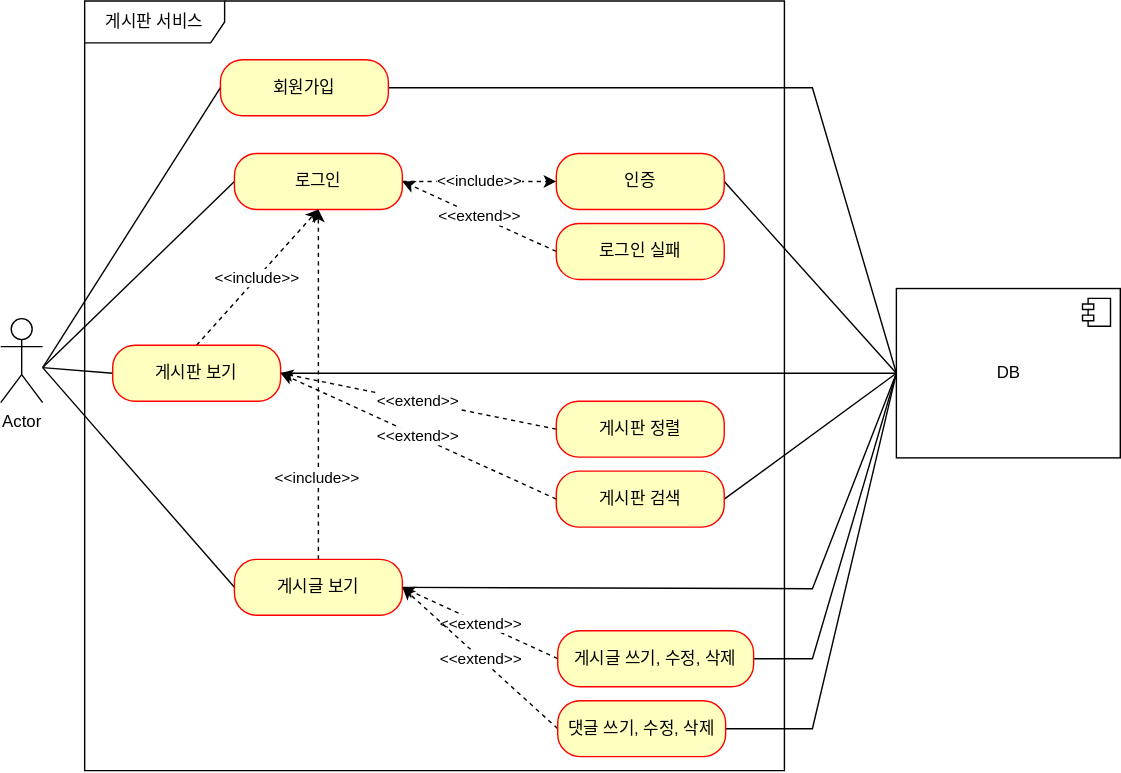
Earlier version of the draw.io export document/use-case.svg (opre0502/project-board). Source tidied: cells renumbered, new cells last; positions are measured from the earlier drawing's top-left corner, leaving out a move shared by most shapes.
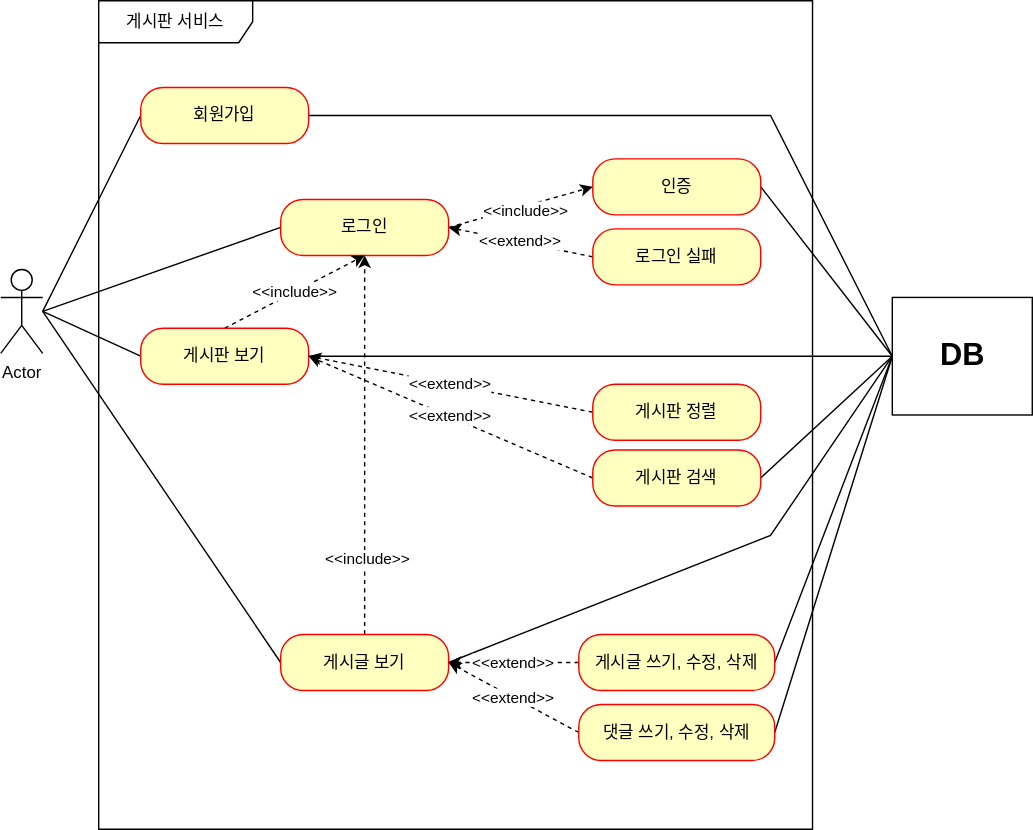
The same diagram one commit later.

What changed in the source:
```diff
@@ -3,132 +3,124 @@
     <mxCell id="0" />
     <mxCell id="1" parent="0" />
     <mxCell id="2" value="Actor" style="shape=umlActor;verticalLabelPosition=bottom;verticalAlign=top;html=1;" parent="1" vertex="1">
-      <mxGeometry y="227" width="30" height="60" as="geometry" />
+      <mxGeometry y="130" width="30" height="60" as="geometry" />
     </mxCell>
-    <mxCell id="3" value="게시판 서비스" style="shape=umlFrame;whiteSpace=wrap;html=1;width=100;height=30;" parent="1" vertex="1">
-      <mxGeometry x="60" width="500" height="550" as="geometry" />
+    <mxCell id="3" value="게시판 서비스" style="shape=umlFrame;whiteSpace=wrap;html=1;width=110;height=30;" parent="1" vertex="1">
+      <mxGeometry x="70" y="-62" width="510" height="592" as="geometry" />
     </mxCell>
-    <mxCell id="4" style="edgeStyle=none;rounded=0;jettySize=auto;html=1;exitX=0;exitY=0.5;exitDx=0;exitDy=0;endArrow=none;endFill=0;" parent="1" edge="1" source="6">
-      <mxGeometry relative="1" as="geometry">
-        <mxPoint x="30" y="262" as="targetPoint" />
-      </mxGeometry>
-    </mxCell>
+    <mxCell id="36" style="edgeStyle=none;rounded=0;jettySize=auto;html=1;exitX=0;exitY=0.5;exitDx=0;exitDy=0;endArrow=none;endFill=0;" parent="1" edge="1" source="6">
+      <mxGeometry relative="1" as="geometry">
+        <mxPoint x="30" y="160" as="targetPoint" />
+      </mxGeometry>
+    </mxCell>
-    <mxCell id="5" style="edgeStyle=none;rounded=0;jettySize=auto;html=1;exitX=1;exitY=0.5;exitDx=0;exitDy=0;entryX=0;entryY=0.5;entryDx=0;entryDy=0;fontColor=none;endArrow=none;endFill=0;" parent="1" edge="1" source="6" target="34">
+    <mxCell id="5" style="edgeStyle=none;rounded=0;jettySize=auto;html=1;exitX=1;exitY=0.5;exitDx=0;exitDy=0;entryX=0;entryY=0.5;entryDx=0;entryDy=0;endArrow=none;endFill=0;" parent="1" edge="1" source="6" target="34">
       <mxGeometry relative="1" as="geometry">
         <Array as="points">
-          <mxPoint x="580" y="62" />
+          <mxPoint x="550" y="20" />
         </Array>
       </mxGeometry>
     </mxCell>
     <mxCell id="6" value="회원가입" style="rounded=1;whiteSpace=wrap;html=1;arcSize=40;fontColor=#000000;fillColor=#ffffc0;strokeColor=#ff0000;" parent="1" vertex="1">
-      <mxGeometry x="157" y="42" width="120" height="40" as="geometry" />
+      <mxGeometry x="100" width="120" height="40" as="geometry" />
     </mxCell>
-    <mxCell id="7" style="rounded=0;jettySize=auto;html=1;exitX=0;exitY=0.5;exitDx=0;exitDy=0;endArrow=none;endFill=0;" parent="1" edge="1" source="9">
-      <mxGeometry relative="1" as="geometry">
-        <mxPoint x="30" y="262" as="targetPoint" />
-      </mxGeometry>
-    </mxCell>
+    <mxCell id="37" style="edgeStyle=none;rounded=0;jettySize=auto;html=1;exitX=0;exitY=0.5;exitDx=0;exitDy=0;endArrow=none;endFill=0;" parent="1" edge="1" source="9">
+      <mxGeometry relative="1" as="geometry">
+        <mxPoint x="30" y="160" as="targetPoint" />
+      </mxGeometry>
+    </mxCell>
-    <mxCell id="8" value="&amp;lt;&amp;lt;include&amp;gt;&amp;gt;" style="edgeStyle=none;rounded=0;jettySize=auto;html=1;exitX=1;exitY=0.5;exitDx=0;exitDy=0;endArrow=classic;endFill=1;dashed=1;entryX=0;entryY=0.5;entryDx=0;entryDy=0;" parent="1" edge="1" source="9" target="19">
+    <mxCell id="8" style="edgeStyle=none;rounded=0;jettySize=auto;html=1;exitX=1;exitY=0.5;exitDx=0;exitDy=0;entryX=0;entryY=0.5;entryDx=0;entryDy=0;endArrow=classic;endFill=1;dashed=1;" parent="1" edge="1" source="9" target="19">
       <mxGeometry relative="1" as="geometry" />
     </mxCell>
+    <mxCell id="38" value="&amp;lt;&amp;lt;include&amp;gt;&amp;gt;" style="edgeLabel;html=1;align=center;verticalAlign=middle;" parent="8" vertex="1">
+      <mxGeometry x="-0.15" y="-1" relative="1" as="geometry">
+        <mxPoint x="11" y="-1" as="offset" />
+      </mxGeometry>
+    </mxCell>
     <mxCell id="9" value="로그인" style="rounded=1;whiteSpace=wrap;html=1;arcSize=40;fontColor=#000000;fillColor=#ffffc0;strokeColor=#ff0000;" parent="1" vertex="1">
-      <mxGeometry x="167" y="109" width="120" height="40" as="geometry" />
+      <mxGeometry x="200" y="80" width="120" height="40" as="geometry" />
     </mxCell>
-    <mxCell id="10" style="edgeStyle=none;rounded=0;jettySize=auto;html=1;exitX=0;exitY=0.5;exitDx=0;exitDy=0;endArrow=none;endFill=0;" parent="1" edge="1" source="13">
-      <mxGeometry relative="1" as="geometry">
-        <mxPoint x="30" y="262" as="targetPoint" />
-      </mxGeometry>
-    </mxCell>
+    <mxCell id="39" style="edgeStyle=none;rounded=0;jettySize=auto;html=1;exitX=0;exitY=0.5;exitDx=0;exitDy=0;endArrow=none;endFill=0;" parent="1" edge="1" source="13">
+      <mxGeometry relative="1" as="geometry">
+        <mxPoint x="30" y="160" as="targetPoint" />
+      </mxGeometry>
+    </mxCell>
     <mxCell id="11" value="&amp;lt;&amp;lt;include&amp;gt;&amp;gt;" style="edgeStyle=none;rounded=0;jettySize=auto;html=1;exitX=0.5;exitY=0;exitDx=0;exitDy=0;entryX=0.5;entryY=1;entryDx=0;entryDy=0;dashed=1;endArrow=classic;endFill=1;" parent="1" edge="1" source="13" target="9">
       <mxGeometry relative="1" as="geometry" />
     </mxCell>
-    <mxCell id="12" style="edgeStyle=none;rounded=0;jettySize=auto;html=1;exitX=1;exitY=0.5;exitDx=0;exitDy=0;entryX=0;entryY=0.5;entryDx=0;entryDy=0;fontColor=none;endArrow=none;endFill=0;" parent="1" edge="1" source="13" target="34">
-      <mxGeometry relative="1" as="geometry" />
-    </mxCell>
     <mxCell id="13" value="게시판 보기" style="rounded=1;whiteSpace=wrap;html=1;arcSize=40;fontColor=#000000;fillColor=#ffffc0;strokeColor=#ff0000;" parent="1" vertex="1">
-      <mxGeometry x="80" y="246" width="120" height="40" as="geometry" />
+      <mxGeometry x="100" y="172" width="120" height="40" as="geometry" />
     </mxCell>
-    <mxCell id="14" style="edgeStyle=none;rounded=0;jettySize=auto;html=1;exitX=0;exitY=0.5;exitDx=0;exitDy=0;endArrow=none;endFill=0;" parent="1" edge="1" source="17">
-      <mxGeometry relative="1" as="geometry">
-        <mxPoint x="30" y="262" as="targetPoint" />
-      </mxGeometry>
-    </mxCell>
+    <mxCell id="40" style="edgeStyle=none;rounded=0;jettySize=auto;html=1;exitX=0;exitY=0.5;exitDx=0;exitDy=0;endArrow=none;endFill=0;" parent="1" edge="1" source="17">
+      <mxGeometry relative="1" as="geometry">
+        <mxPoint x="30" y="160" as="targetPoint" />
+      </mxGeometry>
+    </mxCell>
-    <mxCell id="15" value="&amp;lt;&amp;lt;include&amp;gt;&amp;gt;" style="edgeStyle=none;rounded=0;jettySize=auto;html=1;exitX=0.5;exitY=0;exitDx=0;exitDy=0;entryX=0.5;entryY=1;entryDx=0;entryDy=0;dashed=1;endArrow=classic;endFill=1;" parent="1" edge="1" source="17" target="9">
-      <mxGeometry x="-0.53" y="1" relative="1" as="geometry" />
+    <mxCell id="15" style="edgeStyle=none;rounded=0;jettySize=auto;html=1;exitX=0.5;exitY=0;exitDx=0;exitDy=0;entryX=0.5;entryY=1;entryDx=0;entryDy=0;dashed=1;endArrow=classic;endFill=1;" parent="1" edge="1" source="17" target="9">
+      <mxGeometry relative="1" as="geometry" />
     </mxCell>
+    <mxCell id="41" value="&amp;lt;&amp;lt;include&amp;gt;&amp;gt;" style="edgeLabel;html=1;align=center;verticalAlign=middle;" parent="15" vertex="1">
+      <mxGeometry x="-0.6" y="-1" relative="1" as="geometry" />
+    </mxCell>
-    <mxCell id="16" style="edgeStyle=none;rounded=0;jettySize=auto;html=1;exitX=1;exitY=0.5;exitDx=0;exitDy=0;entryX=0;entryY=0.5;entryDx=0;entryDy=0;fontColor=none;endArrow=none;endFill=0;" parent="1" edge="1" source="17" target="34">
+    <mxCell id="16" style="edgeStyle=none;rounded=0;jettySize=auto;html=1;exitX=1;exitY=0.5;exitDx=0;exitDy=0;entryX=0;entryY=0.5;entryDx=0;entryDy=0;endArrow=none;endFill=0;" parent="1" edge="1" source="17" target="34">
       <mxGeometry relative="1" as="geometry">
         <Array as="points">
-          <mxPoint x="580" y="420" />
+          <mxPoint x="550" y="320" />
         </Array>
       </mxGeometry>
     </mxCell>
     <mxCell id="17" value="게시글 보기" style="rounded=1;whiteSpace=wrap;html=1;arcSize=40;fontColor=#000000;fillColor=#ffffc0;strokeColor=#ff0000;" parent="1" vertex="1">
-      <mxGeometry x="167" y="399" width="120" height="40" as="geometry" />
+      <mxGeometry x="200" y="390.8" width="120" height="40" as="geometry" />
     </mxCell>
-    <mxCell id="18" style="edgeStyle=none;rounded=0;jettySize=auto;html=1;exitX=1;exitY=0.5;exitDx=0;exitDy=0;entryX=0;entryY=0.5;entryDx=0;entryDy=0;fontColor=none;endArrow=none;endFill=0;" parent="1" edge="1" source="19" target="34">
+    <mxCell id="18" style="edgeStyle=none;rounded=0;jettySize=auto;html=1;exitX=1;exitY=0.5;exitDx=0;exitDy=0;entryX=0;entryY=0.5;entryDx=0;entryDy=0;endArrow=none;endFill=0;" parent="1" edge="1" source="19" target="34">
       <mxGeometry relative="1" as="geometry" />
     </mxCell>
     <mxCell id="19" value="인증" style="rounded=1;whiteSpace=wrap;html=1;arcSize=40;fontColor=#000000;fillColor=#ffffc0;strokeColor=#ff0000;" parent="1" vertex="1">
-      <mxGeometry x="397" y="109" width="120" height="40" as="geometry" />
+      <mxGeometry x="423" y="51" width="120" height="40" as="geometry" />
     </mxCell>
     <mxCell id="20" value="&amp;lt;&amp;lt;extend&amp;gt;&amp;gt;" style="edgeStyle=none;rounded=0;jettySize=auto;html=1;exitX=0;exitY=0.5;exitDx=0;exitDy=0;entryX=1;entryY=0.5;entryDx=0;entryDy=0;dashed=1;endArrow=classic;endFill=1;" parent="1" edge="1" source="21" target="9">
       <mxGeometry relative="1" as="geometry" />
     </mxCell>
     <mxCell id="21" value="로그인 실패" style="rounded=1;whiteSpace=wrap;html=1;arcSize=40;fontColor=#000000;fillColor=#ffffc0;strokeColor=#ff0000;" parent="1" vertex="1">
-      <mxGeometry x="397" y="159" width="120" height="40" as="geometry" />
+      <mxGeometry x="423" y="101" width="120" height="40" as="geometry" />
     </mxCell>
-    <mxCell id="22" value="&amp;lt;&amp;lt;extend&amp;gt;&amp;gt;" style="edgeStyle=none;rounded=0;jettySize=auto;html=1;exitX=0;exitY=0.5;exitDx=0;exitDy=0;entryX=1;entryY=0.5;entryDx=0;entryDy=0;dashed=1;endArrow=classic;endFill=1;" parent="1" edge="1" source="23" target="13">
+    <mxCell id="22" value="&lt;span style=&quot;color: rgb(0, 0, 0); font-family: Helvetica; font-size: 11px; font-style: normal; font-variant-ligatures: normal; font-variant-caps: normal; font-weight: 400; letter-spacing: normal; orphans: 2; text-align: center; text-indent: 0px; text-transform: none; widows: 2; word-spacing: 0px; -webkit-text-stroke-width: 0px; background-color: rgb(255, 255, 255); text-decoration-thickness: initial; text-decoration-style: initial; text-decoration-color: initial; float: none; display: inline !important;&quot;&gt;&amp;lt;&amp;lt;extend&amp;gt;&amp;gt;&lt;/span&gt;" style="edgeStyle=none;rounded=0;jettySize=auto;html=1;exitX=0;exitY=0.5;exitDx=0;exitDy=0;entryX=1;entryY=0.5;entryDx=0;entryDy=0;dashed=1;endArrow=classic;endFill=1;" parent="1" edge="1" source="23" target="13">
       <mxGeometry relative="1" as="geometry" />
     </mxCell>
     <mxCell id="23" value="게시판 정렬" style="rounded=1;whiteSpace=wrap;html=1;arcSize=40;fontColor=#000000;fillColor=#ffffc0;strokeColor=#ff0000;" parent="1" vertex="1">
-      <mxGeometry x="397" y="286" width="120" height="40" as="geometry" />
+      <mxGeometry x="423" y="212" width="120" height="40" as="geometry" />
     </mxCell>
-    <mxCell id="24" value="&amp;lt;&amp;lt;extend&amp;gt;&amp;gt;" style="edgeStyle=none;rounded=0;jettySize=auto;html=1;exitX=0;exitY=0.5;exitDx=0;exitDy=0;entryX=1;entryY=0.5;entryDx=0;entryDy=0;dashed=1;endArrow=classic;endFill=1;" parent="1" edge="1" source="26" target="13">
+    <mxCell id="24" value="&lt;span style=&quot;color: rgb(0, 0, 0); font-family: Helvetica; font-size: 11px; font-style: normal; font-variant-ligatures: normal; font-variant-caps: normal; font-weight: 400; letter-spacing: normal; orphans: 2; text-align: center; text-indent: 0px; text-transform: none; widows: 2; word-spacing: 0px; -webkit-text-stroke-width: 0px; background-color: rgb(255, 255, 255); text-decoration-thickness: initial; text-decoration-style: initial; text-decoration-color: initial; float: none; display: inline !important;&quot;&gt;&amp;lt;&amp;lt;extend&amp;gt;&amp;gt;&lt;/span&gt;" style="edgeStyle=none;rounded=0;jettySize=auto;html=1;exitX=0;exitY=0.5;exitDx=0;exitDy=0;entryX=1;entryY=0.5;entryDx=0;entryDy=0;dashed=1;endArrow=classic;endFill=1;" parent="1" edge="1" source="26" target="13">
       <mxGeometry relative="1" as="geometry" />
     </mxCell>
-    <mxCell id="25" style="edgeStyle=none;rounded=0;jettySize=auto;html=1;exitX=1;exitY=0.5;exitDx=0;exitDy=0;entryX=0;entryY=0.5;entryDx=0;entryDy=0;fontColor=none;endArrow=none;endFill=0;" parent="1" edge="1" source="26" target="34">
+    <mxCell id="25" style="edgeStyle=none;rounded=0;jettySize=auto;html=1;exitX=1;exitY=0.5;exitDx=0;exitDy=0;entryX=0;entryY=0.5;entryDx=0;entryDy=0;endArrow=none;endFill=0;" parent="1" edge="1" source="26" target="34">
       <mxGeometry relative="1" as="geometry" />
     </mxCell>
     <mxCell id="26" value="게시판 검색" style="rounded=1;whiteSpace=wrap;html=1;arcSize=40;fontColor=#000000;fillColor=#ffffc0;strokeColor=#ff0000;" parent="1" vertex="1">
-      <mxGeometry x="397" y="336" width="120" height="40" as="geometry" />
+      <mxGeometry x="423" y="259" width="120" height="40" as="geometry" />
     </mxCell>
     <mxCell id="27" value="&amp;lt;&amp;lt;extend&amp;gt;&amp;gt;" style="edgeStyle=none;rounded=0;jettySize=auto;html=1;exitX=0;exitY=0.5;exitDx=0;exitDy=0;entryX=1;entryY=0.5;entryDx=0;entryDy=0;dashed=1;endArrow=classic;endFill=1;" parent="1" edge="1" source="29" target="17">
       <mxGeometry relative="1" as="geometry" />
     </mxCell>
-    <mxCell id="28" style="edgeStyle=none;rounded=0;jettySize=auto;html=1;exitX=1;exitY=0.5;exitDx=0;exitDy=0;entryX=0;entryY=0.5;entryDx=0;entryDy=0;fontColor=none;endArrow=none;endFill=0;" parent="1" edge="1" source="29" target="34">
-      <mxGeometry relative="1" as="geometry">
-        <Array as="points">
-          <mxPoint x="580" y="470" />
-        </Array>
-      </mxGeometry>
+    <mxCell id="28" style="edgeStyle=none;rounded=0;jettySize=auto;html=1;exitX=1;exitY=0.5;exitDx=0;exitDy=0;entryX=0;entryY=0.5;entryDx=0;entryDy=0;endArrow=none;endFill=0;" parent="1" edge="1" source="29" target="34">
+      <mxGeometry relative="1" as="geometry" />
     </mxCell>
     <mxCell id="29" value="게시글 쓰기, 수정, 삭제" style="rounded=1;whiteSpace=wrap;html=1;arcSize=40;fontColor=#000000;fillColor=#ffffc0;strokeColor=#ff0000;" parent="1" vertex="1">
-      <mxGeometry x="398" y="450" width="140" height="40" as="geometry" />
+      <mxGeometry x="413" y="390.8" width="140" height="40" as="geometry" />
     </mxCell>
     <mxCell id="30" value="&amp;lt;&amp;lt;extend&amp;gt;&amp;gt;" style="edgeStyle=none;rounded=0;jettySize=auto;html=1;exitX=0;exitY=0.5;exitDx=0;exitDy=0;entryX=1;entryY=0.5;entryDx=0;entryDy=0;dashed=1;endArrow=classic;endFill=1;" parent="1" edge="1" source="32" target="17">
       <mxGeometry relative="1" as="geometry" />
     </mxCell>
-    <mxCell id="31" style="edgeStyle=none;rounded=0;jettySize=auto;html=1;exitX=1;exitY=0.5;exitDx=0;exitDy=0;fontColor=none;endArrow=none;endFill=0;entryX=0;entryY=0.5;entryDx=0;entryDy=0;" parent="1" edge="1" source="32" target="34">
-      <mxGeometry relative="1" as="geometry">
-        <Array as="points">
-          <mxPoint x="580" y="520" />
-        </Array>
-      </mxGeometry>
+    <mxCell id="31" style="edgeStyle=none;rounded=0;jettySize=auto;html=1;exitX=1;exitY=0.5;exitDx=0;exitDy=0;endArrow=none;endFill=0;entryX=0;entryY=0.5;entryDx=0;entryDy=0;" parent="1" edge="1" source="32" target="34">
+      <mxGeometry relative="1" as="geometry" />
     </mxCell>
     <mxCell id="32" value="댓글 쓰기, 수정, 삭제" style="rounded=1;whiteSpace=wrap;html=1;arcSize=40;fontColor=#000000;fillColor=#ffffc0;strokeColor=#ff0000;" parent="1" vertex="1">
-      <mxGeometry x="398" y="500" width="120" height="40" as="geometry" />
+      <mxGeometry x="413" y="440.8" width="140" height="40" as="geometry" />
     </mxCell>
-    <mxCell id="33" style="edgeStyle=none;rounded=0;orthogonalLoop=1;jettySize=auto;html=1;exitX=0;exitY=0.5;exitDx=0;exitDy=0;endArrow=none;endFill=0;" parent="1" edge="1" source="19" target="19">
-      <mxGeometry relative="1" as="geometry" />
-    </mxCell>
-    <mxCell id="34" value="DB" style="html=1;" parent="1" vertex="1">
-      <mxGeometry x="640" y="205.5" width="160" height="121" as="geometry" />
+    <mxCell id="34" value="DB" style="html=1;fontStyle=1;fontSize=22;" parent="1" vertex="1">
+      <mxGeometry x="637" y="150" width="100" height="84" as="geometry" />
     </mxCell>
-    <mxCell id="35" style="shape=module;jettyWidth=8;jettyHeight=4;" parent="34" vertex="1">
-      <mxGeometry x="1" width="20" height="20" relative="1" as="geometry">
-        <mxPoint x="-27" y="7" as="offset" />
-      </mxGeometry>
-    </mxCell>
+    <mxCell id="12" style="edgeStyle=none;rounded=0;jettySize=auto;html=1;exitX=1;exitY=0.5;exitDx=0;exitDy=0;endArrow=none;endFill=0;entryX=0;entryY=0.5;entryDx=0;entryDy=0;" parent="1" edge="1" source="13" target="34">
+      <mxGeometry relative="1" as="geometry" />
+    </mxCell>
   </root>
 </mxGraphModel>
```
